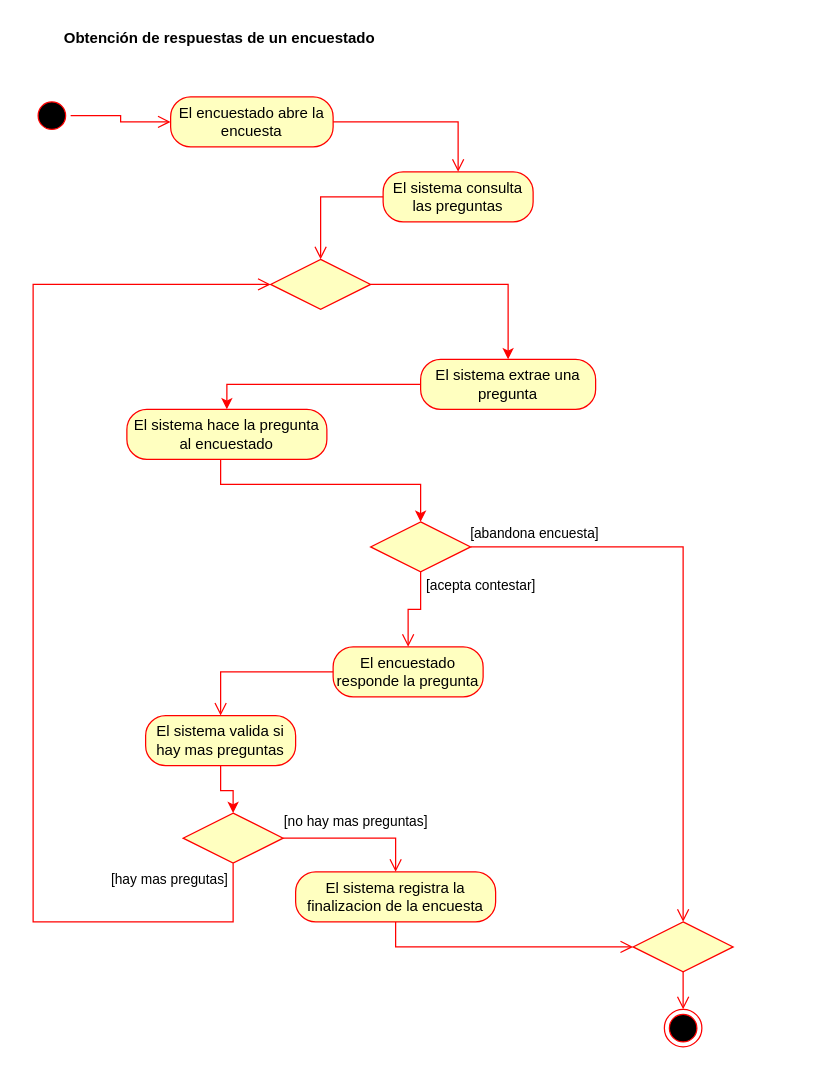
The draw.io diagram page "DA4" (6 of 6) of analisis-de-sistemas/TPI Analisis de Sistemas.drawio in repocdlf/actividades-up, before the edit. Source tidied: cells renumbered, new cells numbered last; positions are measured from the earlier drawing's top-left corner, leaving out a move shared by most shapes. Both pictures are drawn from the tidied source at 125%, with x=0, y=0 at pixel (32, 21).
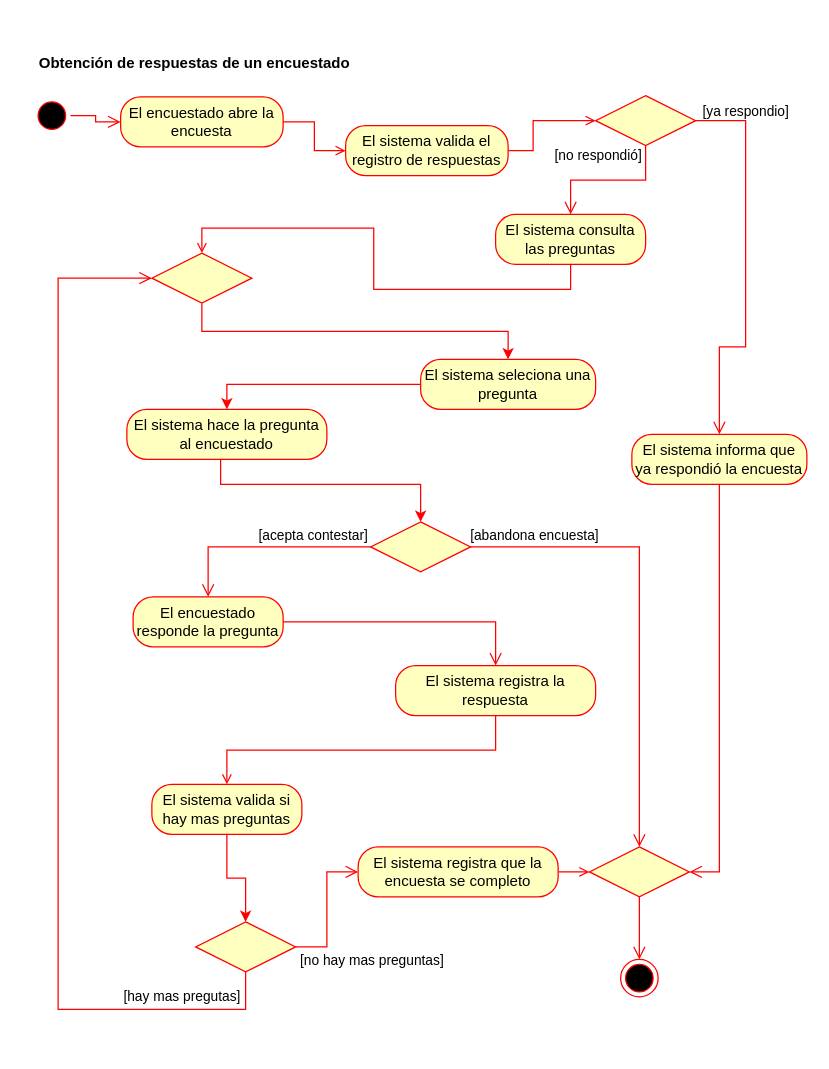
The same page after the edit.

Unchanged cells that the change refers to:
```xml
<mxCell id="24" style="edgeStyle=orthogonalEdgeStyle;html=1;align=left;verticalAlign=bottom;endArrow=open;endSize=8;strokeColor=#ff0000;rounded=0;entryX=0.5;entryY=0;entryDx=0;entryDy=0;" parent="1" edge="1" source="23" target="31">
  <mxGeometry x="-1" relative="1" as="geometry" />
</mxCell>
<mxCell id="26" style="edgeStyle=orthogonalEdgeStyle;html=1;align=left;verticalAlign=top;endArrow=open;endSize=8;strokeColor=#ff0000;rounded=0;entryX=0.5;entryY=0;entryDx=0;entryDy=0;" parent="1" edge="1" source="23" target="15">
  <mxGeometry x="-1" relative="1" as="geometry" />
</mxCell>
```

What changed in the source:
```diff
@@
+    <mxCell id="34" style="edgeStyle=orthogonalEdgeStyle;rounded=0;jettySize=auto;html=1;entryX=0;entryY=0.5;entryDx=0;entryDy=0;strokeColor=#FF0000;endArrow=open;endFill=0;" parent="1" edge="1" source="4" target="41">
+      <mxGeometry relative="1" as="geometry" />
+    </mxCell>
     <mxCell id="4" value="El encuestado abre la encuesta" style="rounded=1;whiteSpace=wrap;html=1;arcSize=40;fontColor=#000000;fillColor=#ffffc0;strokeColor=#ff0000;" parent="1" vertex="1">
-      <mxGeometry x="110" y="60" width="130" height="40" as="geometry" />
+      <mxGeometry x="70" y="60" width="130" height="40" as="geometry" />
     </mxCell>
-    <mxCell id="5" style="edgeStyle=orthogonalEdgeStyle;html=1;verticalAlign=bottom;endArrow=open;endSize=8;strokeColor=#ff0000;rounded=0;entryX=0.5;entryY=0;entryDx=0;entryDy=0;" parent="1" edge="1" source="4" target="6">
-      <mxGeometry relative="1" as="geometry" />
-    </mxCell>
+    <mxCell id="7" style="edgeStyle=orthogonalEdgeStyle;rounded=0;jettySize=auto;html=1;entryX=0.5;entryY=0;entryDx=0;entryDy=0;exitX=0.5;exitY=1;exitDx=0;exitDy=0;strokeColor=#FF0000;endArrow=open;endFill=0;" parent="1" edge="1" source="6" target="22">
+      <mxGeometry relative="1" as="geometry" />
+    </mxCell>
     <mxCell id="6" value="El sistema consulta las preguntas" style="rounded=1;whiteSpace=wrap;html=1;arcSize=40;fontColor=#000000;fillColor=#ffffc0;strokeColor=#ff0000;" parent="1" vertex="1">
-      <mxGeometry x="280" y="120" width="120" height="40" as="geometry" />
+      <mxGeometry x="370" y="154" width="120" height="40" as="geometry" />
     </mxCell>
-    <mxCell id="7" style="edgeStyle=orthogonalEdgeStyle;html=1;verticalAlign=bottom;endArrow=open;endSize=8;strokeColor=#ff0000;rounded=0;entryX=0.5;entryY=0;entryDx=0;entryDy=0;" parent="1" edge="1" source="6" target="22">
-      <mxGeometry relative="1" as="geometry" />
-    </mxCell>
@@
     <mxCell id="10" style="rhombus;whiteSpace=wrap;html=1;fontColor=#000000;fillColor=#ffffc0;strokeColor=#ff0000;" parent="1" vertex="1">
-      <mxGeometry x="120" y="633" width="80" height="40" as="geometry" />
+      <mxGeometry x="130" y="720" width="80" height="40" as="geometry" />
     </mxCell>
-    <mxCell id="11" style="edgeStyle=orthogonalEdgeStyle;html=1;align=left;verticalAlign=bottom;endArrow=open;endSize=8;strokeColor=#ff0000;rounded=0;entryX=0.5;entryY=0;entryDx=0;entryDy=0;" parent="1" edge="1" source="10" target="28">
+    <mxCell id="11" style="edgeStyle=orthogonalEdgeStyle;html=1;align=left;verticalAlign=bottom;endArrow=open;endSize=8;strokeColor=#ff0000;rounded=0;entryX=0;entryY=0.5;entryDx=0;entryDy=0;" parent="1" edge="1" source="10" target="47">
       <mxGeometry x="-1" relative="1" as="geometry" />
     </mxCell>
     <mxCell id="12" value="[no hay mas preguntas]" style="edgeLabel;html=1;align=center;verticalAlign=middle;" parent="11" vertex="1">
       <mxGeometry x="-0.3" y="2" relative="1" as="geometry">
-        <mxPoint x="16" y="-12" as="offset" />
+        <mxPoint x="37" y="24" as="offset" />
       </mxGeometry>
     </mxCell>
-    <mxCell id="13" style="edgeStyle=orthogonalEdgeStyle;html=1;align=left;verticalAlign=top;endArrow=open;endSize=8;strokeColor=#ff0000;rounded=0;entryX=0;entryY=0.5;entryDx=0;entryDy=0;exitX=0.5;exitY=1;exitDx=0;exitDy=0;" parent="1" edge="1" source="10" target="22">
+    <mxCell id="13" style="html=1;align=left;verticalAlign=top;endArrow=open;endSize=8;strokeColor=#ff0000;rounded=0;exitX=0.5;exitY=1;exitDx=0;exitDy=0;entryX=0;entryY=0.5;entryDx=0;entryDy=0;edgeStyle=orthogonalEdgeStyle;" parent="1" edge="1" source="10" target="22">
       <mxGeometry x="-1" relative="1" as="geometry">
         <Array as="points">
-          <mxPoint x="160" y="720" />
-          <mxPoint y="720" />
-          <mxPoint y="210" />
+          <mxPoint x="170" y="790" />
+          <mxPoint x="20" y="790" />
+          <mxPoint x="20" y="205" />
         </Array>
       </mxGeometry>
     </mxCell>
     <mxCell id="14" value="[hay mas pregutas]" style="edgeLabel;html=1;align=center;verticalAlign=middle;" parent="13" vertex="1">
       <mxGeometry x="-0.08" y="3" relative="1" as="geometry">
-        <mxPoint x="111" y="175" as="offset" />
+        <mxPoint x="101" y="195" as="offset" />
       </mxGeometry>
     </mxCell>
     <mxCell id="15" value="El encuestado responde la pregunta" style="rounded=1;whiteSpace=wrap;html=1;arcSize=40;fontColor=#000000;fillColor=#ffffc0;strokeColor=#ff0000;" parent="1" vertex="1">
-      <mxGeometry x="240" y="500" width="120" height="40" as="geometry" />
+      <mxGeometry x="80" y="460" width="120" height="40" as="geometry" />
     </mxCell>
-    <mxCell id="16" style="edgeStyle=orthogonalEdgeStyle;html=1;verticalAlign=bottom;endArrow=open;endSize=8;strokeColor=#ff0000;rounded=0;entryX=0.5;entryY=0;entryDx=0;entryDy=0;" parent="1" edge="1" source="15" target="20">
+    <mxCell id="16" style="edgeStyle=orthogonalEdgeStyle;html=1;verticalAlign=bottom;endArrow=open;endSize=8;strokeColor=#ff0000;rounded=0;entryX=0.5;entryY=0;entryDx=0;entryDy=0;" parent="1" edge="1" source="15" target="43">
       <mxGeometry relative="1" as="geometry" />
     </mxCell>
@@
-    <mxCell id="18" value="El sistema extrae una pregunta" style="rounded=1;whiteSpace=wrap;html=1;arcSize=40;fontColor=#000000;fillColor=#ffffc0;strokeColor=#ff0000;" parent="1" vertex="1">
+    <mxCell id="18" value="El sistema seleciona una pregunta" style="rounded=1;whiteSpace=wrap;html=1;arcSize=40;fontColor=#000000;fillColor=#ffffc0;strokeColor=#ff0000;" parent="1" vertex="1">
       <mxGeometry x="310" y="270" width="140" height="40" as="geometry" />
     </mxCell>
@@
     <mxCell id="20" value="El sistema valida si hay mas preguntas" style="rounded=1;whiteSpace=wrap;html=1;arcSize=40;fontColor=#000000;fillColor=#ffffc0;strokeColor=#ff0000;" parent="1" vertex="1">
-      <mxGeometry x="90" y="555" width="120" height="40" as="geometry" />
+      <mxGeometry x="95" y="610" width="120" height="40" as="geometry" />
     </mxCell>
-    <mxCell id="21" style="edgeStyle=orthogonalEdgeStyle;rounded=0;jettySize=auto;html=1;entryX=0.5;entryY=0;entryDx=0;entryDy=0;strokeColor=#FF0000;" parent="1" edge="1" source="22" target="18">
+    <mxCell id="21" style="edgeStyle=orthogonalEdgeStyle;rounded=0;jettySize=auto;html=1;entryX=0.5;entryY=0;entryDx=0;entryDy=0;strokeColor=#FF0000;exitX=0.5;exitY=1;exitDx=0;exitDy=0;" parent="1" edge="1" source="22" target="18">
       <mxGeometry relative="1" as="geometry" />
     </mxCell>
     <mxCell id="22" style="rhombus;whiteSpace=wrap;html=1;fontColor=#000000;fillColor=#ffffc0;strokeColor=#ff0000;" parent="1" vertex="1">
-      <mxGeometry x="190" y="190" width="80" height="40" as="geometry" />
+      <mxGeometry x="95" y="185" width="80" height="40" as="geometry" />
     </mxCell>
@@
     <mxCell id="25" value="[abandona encuesta]" style="edgeLabel;html=1;align=center;verticalAlign=middle;" parent="24" vertex="1">
       <mxGeometry x="-0.2" relative="1" as="geometry">
-        <mxPoint x="-120" y="-30" as="offset" />
+        <mxPoint x="-85" y="-25" as="offset" />
       </mxGeometry>
     </mxCell>
@@
     <mxCell id="27" value="[acepta contestar]" style="edgeLabel;html=1;align=center;verticalAlign=middle;" parent="26" vertex="1">
       <mxGeometry x="-0.19" y="3" relative="1" as="geometry">
-        <mxPoint x="44" y="-18" as="offset" />
+        <mxPoint x="22" y="-13" as="offset" />
       </mxGeometry>
     </mxCell>
-    <mxCell id="28" value="El sistema registra la finalizacion de la encuesta" style="rounded=1;whiteSpace=wrap;html=1;arcSize=40;fontColor=#000000;fillColor=#ffffc0;strokeColor=#ff0000;" parent="1" vertex="1">
-      <mxGeometry x="210" y="680" width="160" height="40" as="geometry" />
-    </mxCell>
-    <mxCell id="29" style="edgeStyle=orthogonalEdgeStyle;html=1;verticalAlign=bottom;endArrow=open;endSize=8;strokeColor=#ff0000;rounded=0;entryX=0;entryY=0.5;entryDx=0;entryDy=0;exitX=0.5;exitY=1;exitDx=0;exitDy=0;" parent="1" edge="1" source="28" target="31">
-      <mxGeometry relative="1" as="geometry" />
-    </mxCell>
     <mxCell id="30" style="ellipse;html=1;shape=endState;fillColor=#000000;strokeColor=#ff0000;" parent="1" vertex="1">
-      <mxGeometry x="505" y="790" width="30" height="30" as="geometry" />
+      <mxGeometry x="470" y="750" width="30" height="30" as="geometry" />
     </mxCell>
     <mxCell id="31" style="rhombus;whiteSpace=wrap;html=1;fontColor=#000000;fillColor=#ffffc0;strokeColor=#ff0000;" parent="1" vertex="1">
-      <mxGeometry x="480" y="720" width="80" height="40" as="geometry" />
+      <mxGeometry x="445" y="660" width="80" height="40" as="geometry" />
     </mxCell>
@@
     <mxCell id="33" value="Obtención de respuestas de un encuestado" style="text;align=left;fontStyle=1;verticalAlign=middle;spacingLeft=3;spacingRight=3;strokeColor=none;html=1;" parent="1" vertex="1">
-      <mxGeometry x="20" width="280" height="26" as="geometry" />
+      <mxGeometry y="20" width="280" height="26" as="geometry" />
     </mxCell>
+    <mxCell id="35" style="rhombus;whiteSpace=wrap;html=1;fontColor=#000000;fillColor=#ffffc0;strokeColor=#ff0000;" parent="1" vertex="1">
+      <mxGeometry x="450" y="59" width="80" height="40" as="geometry" />
+    </mxCell>
+    <mxCell id="36" style="html=1;align=left;verticalAlign=bottom;endArrow=open;endSize=8;strokeColor=#ff0000;rounded=0;entryX=0.5;entryY=0;entryDx=0;entryDy=0;exitX=1;exitY=0.5;exitDx=0;exitDy=0;edgeStyle=orthogonalEdgeStyle;" parent="1" edge="1" source="35" target="44">
+      <mxGeometry x="-1" relative="1" as="geometry">
+        <Array as="points">
+          <mxPoint x="570" y="79" />
+          <mxPoint x="570" y="260" />
+          <mxPoint x="549" y="260" />
+        </Array>
+      </mxGeometry>
+    </mxCell>
+    <mxCell id="37" value="[ya respondio]" style="edgeLabel;html=1;align=center;verticalAlign=middle;" parent="36" vertex="1">
+      <mxGeometry x="-0.48" y="-1" relative="1" as="geometry">
+        <mxPoint y="-49" as="offset" />
+      </mxGeometry>
+    </mxCell>
+    <mxCell id="38" style="edgeStyle=orthogonalEdgeStyle;html=1;align=left;verticalAlign=top;endArrow=open;endSize=8;strokeColor=#ff0000;rounded=0;entryX=0.5;entryY=0;entryDx=0;entryDy=0;" parent="1" edge="1" source="35" target="6">
+      <mxGeometry x="-1" relative="1" as="geometry" />
+    </mxCell>
+    <mxCell id="39" value="[no respondió]" style="edgeLabel;html=1;align=center;verticalAlign=middle;" parent="38" vertex="1">
+      <mxGeometry x="-0.09" relative="1" as="geometry">
+        <mxPoint x="-14" y="-20" as="offset" />
+      </mxGeometry>
+    </mxCell>
+    <mxCell id="40" style="edgeStyle=orthogonalEdgeStyle;rounded=0;jettySize=auto;html=1;entryX=0;entryY=0.5;entryDx=0;entryDy=0;strokeColor=#FF0000;endArrow=open;endFill=0;" parent="1" edge="1" source="41" target="35">
+      <mxGeometry relative="1" as="geometry">
+        <Array as="points">
+          <mxPoint x="400" y="103" />
+          <mxPoint x="400" y="79" />
+        </Array>
+      </mxGeometry>
+    </mxCell>
+    <mxCell id="41" value="El sistema valida el registro de respuestas" style="rounded=1;whiteSpace=wrap;html=1;arcSize=40;fontColor=#000000;fillColor=#ffffc0;strokeColor=#ff0000;" parent="1" vertex="1">
+      <mxGeometry x="250" y="83" width="130" height="40" as="geometry" />
+    </mxCell>
+    <mxCell id="42" style="edgeStyle=orthogonalEdgeStyle;rounded=0;jettySize=auto;html=1;entryX=0.5;entryY=0;entryDx=0;entryDy=0;exitX=0.5;exitY=1;exitDx=0;exitDy=0;strokeColor=#FF0000;endArrow=open;endFill=0;" parent="1" edge="1" source="43" target="20">
+      <mxGeometry relative="1" as="geometry" />
+    </mxCell>
+    <mxCell id="43" value="El sistema registra la respuesta" style="rounded=1;whiteSpace=wrap;html=1;arcSize=40;fontColor=#000000;fillColor=#ffffc0;strokeColor=#ff0000;" parent="1" vertex="1">
+      <mxGeometry x="290" y="515" width="160" height="40" as="geometry" />
+    </mxCell>
+    <mxCell id="44" value="El sistema informa que ya respondió la encuesta" style="rounded=1;whiteSpace=wrap;html=1;arcSize=40;fontColor=#000000;fillColor=#ffffc0;strokeColor=#ff0000;" parent="1" vertex="1">
+      <mxGeometry x="479" y="330" width="140" height="40" as="geometry" />
+    </mxCell>
+    <mxCell id="45" style="edgeStyle=orthogonalEdgeStyle;html=1;verticalAlign=bottom;endArrow=open;endSize=8;strokeColor=#ff0000;rounded=0;entryX=1;entryY=0.5;entryDx=0;entryDy=0;exitX=0.5;exitY=1;exitDx=0;exitDy=0;" parent="1" edge="1" source="44" target="31">
+      <mxGeometry relative="1" as="geometry" />
+    </mxCell>
+    <mxCell id="46" style="edgeStyle=orthogonalEdgeStyle;rounded=0;jettySize=auto;html=1;entryX=0;entryY=0.5;entryDx=0;entryDy=0;endArrow=open;endFill=0;strokeColor=#FF0000;" parent="1" edge="1" source="47" target="31">
+      <mxGeometry relative="1" as="geometry" />
+    </mxCell>
+    <mxCell id="47" value="El sistema registra que la encuesta se completo" style="rounded=1;whiteSpace=wrap;html=1;arcSize=40;fontColor=#000000;fillColor=#ffffc0;strokeColor=#ff0000;" parent="1" vertex="1">
+      <mxGeometry x="260" y="660" width="160" height="40" as="geometry" />
+    </mxCell>
```
